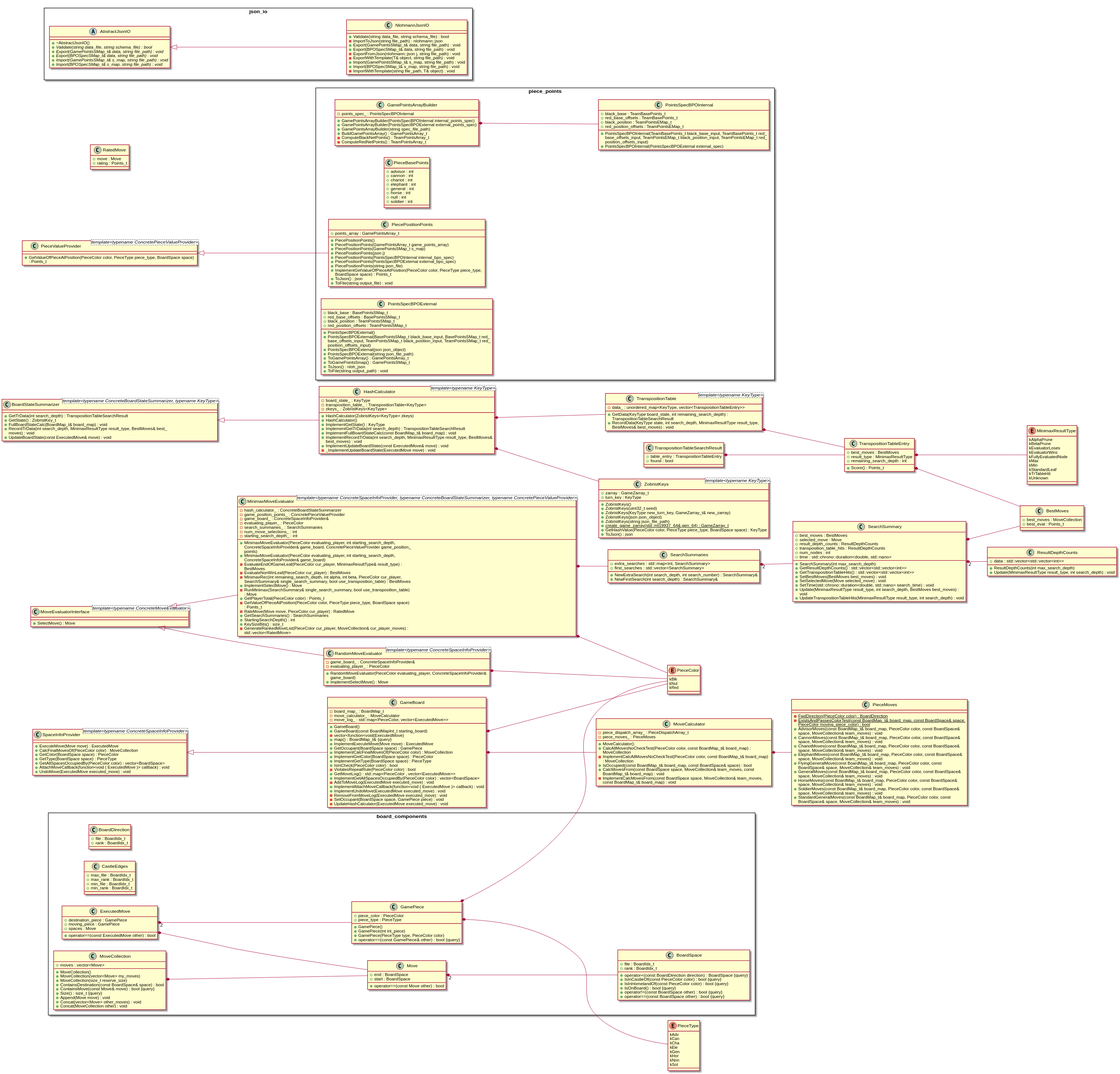
The PlantUML diagram docs/plantuml/output.svg in duanegoodner/xiangqigame, before a commit.
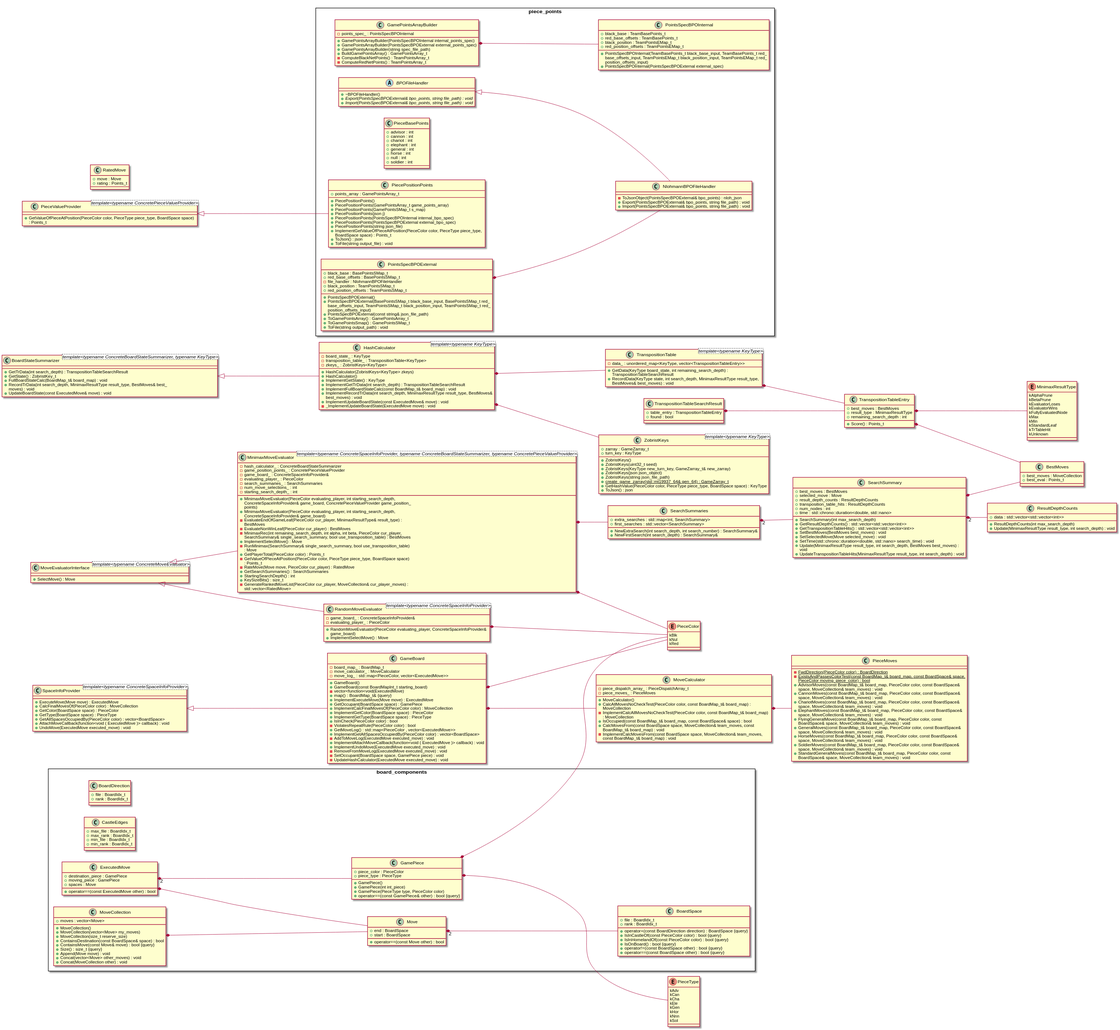
Later version of the same file.

The edit, as a diff of the source:
```diff
@@ -254,6 +254,12 @@
 
 
 namespace piece_points {
+	abstract class BPOFileHandler {
+		+~BPOFileHandler()
+		+{abstract} Export(PointsSpecBPOExternal& bpo_points, string file_path) : void
+		+{abstract} Import(PointsSpecBPOExternal& bpo_points, string file_path) : void
+	}
+
 	class GamePointsArrayBuilder {
 		+GamePointsArrayBuilder(PointsSpecBPOInternal internal_points_spec)
 		+GamePointsArrayBuilder(PointsSpecBPOExternal external_points_spec)
@@ -262,6 +268,12 @@
 		-points_spec_ : PointsSpecBPOInternal
 		-ComputeBlackNetPoints() : TeamPointsArray_t
 		-ComputeRedNetPoints() : TeamPointsArray_t
+	}
+
+	class NlohmannBPOFileHandler {
+		-ToJsonObject(PointsSpecBPOExternal& bpo_points) : nloh_json
+		+Export(PointsSpecBPOExternal& bpo_points, string file_path) : void
+		+Import(PointsSpecBPOExternal& bpo_points, string file_path) : void
 	}
 
 	class PieceBasePoints {
@@ -292,15 +304,14 @@
 	class PointsSpecBPOExternal {
 		+PointsSpecBPOExternal()
 		+PointsSpecBPOExternal(BasePointsSMap_t black_base_input, BasePointsSMap_t red_base_offsets_input, TeamPointsSMap_t black_position_input, TeamPointsSMap_t red_position_offsets_input)
-		+PointsSpecBPOExternal(json json_object)
-		+PointsSpecBPOExternal(string json_file_path)
+		+PointsSpecBPOExternal(const string& json_file_path)
 		+black_base : BasePointsSMap_t
 		+red_base_offsets : BasePointsSMap_t
 		+ToGamePointsArray() : GamePointsArray_t
 		+ToGamePointsSmap() : GamePointsSMap_t
+		-file_handler : NlohmannBPOFileHandler
 		+black_position : TeamPointsSMap_t
 		+red_position_offsets : TeamPointsSMap_t
-		+ToJson() : nloh_json
 		+ToFile(string output_path) : void
 	}
 
@@ -311,30 +322,6 @@
 		+red_base_offsets : TeamBasePoints_t
 		+black_position : TeamPointsEMap_t
 		+red_position_offsets : TeamPointsEMap_t
-	}
-}
-
-
-namespace json_io {
-	abstract class AbstractJsonIO {
-		+~AbstractJsonIO()
-		+{abstract} Validate(string data_file, string schema_file) : bool
-		+{abstract} Export(GamePointsSMap_t& data, string file_path) : void
-		+{abstract} Export(BPOSpecSMap_t& data, string file_path) : void
-		+{abstract} Import(GamePointsSMap_t& s_map, string file_path) : void
-		+{abstract} Import(BPOSpecSMap_t& s_map, string file_path) : void
-	}
-
-	class NlohmannJsonIO {
-		+Validate(string data_file, string schema_file) : bool
-		-ImportToJson(string file_path) : nlohmann::json
-		+Export(GamePointsSMap_t& data, string file_path) : void
-		+Export(BPOSpecSMap_t& data, string file_path) : void
-		-ExportFromJson(nlohmann::json j, string file_path) : void
-		-ExportWithTemplate(T& object, string file_path) : void
-		+Import(GamePointsSMap_t& s_map, string file_path) : void
-		+Import(BPOSpecSMap_t& s_map, string file_path) : void
-		-ImportWithTemplate(string file_path, T& object) : void
 	}
 }
 
@@ -404,7 +391,7 @@
 
 
 
-json_io.AbstractJsonIO <|-- json_io.NlohmannJsonIO
+piece_points.BPOFileHandler <|-- piece_points.NlohmannBPOFileHandler
 
 
 BoardStateSummarizer <|-- HashCalculator
@@ -468,6 +455,9 @@
 board_components.MoveCollection *-- board_components.Move
 
 
+piece_points.PointsSpecBPOExternal *-- piece_points.NlohmannBPOFileHandler
+
+
 RandomMoveEvaluator *-- PieceColor
 
 
```
